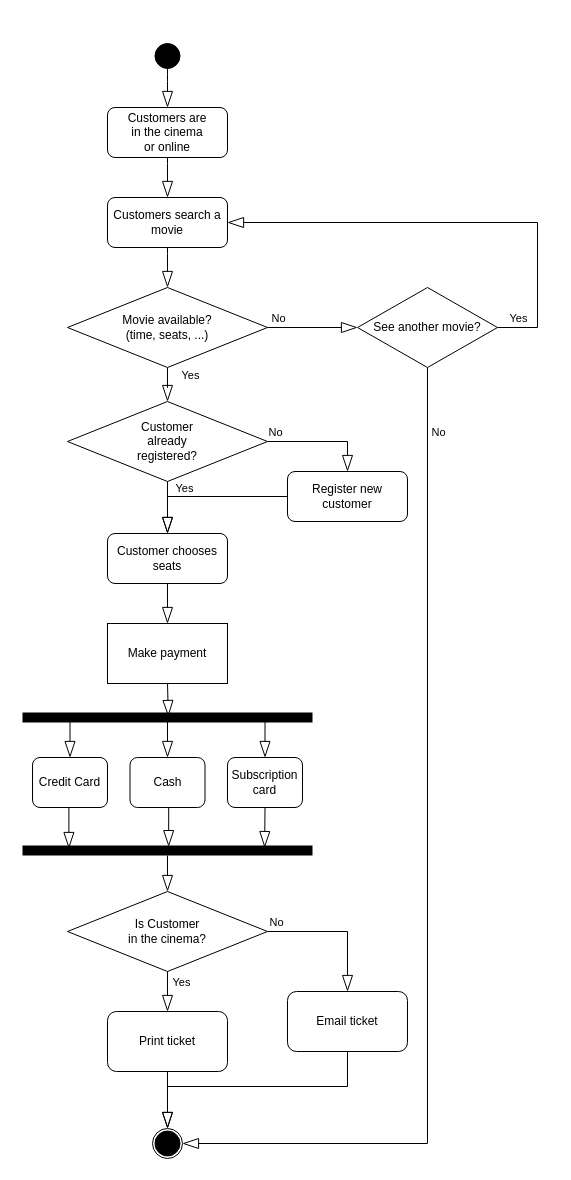
The draw.io diagram Activity Movie Ticket Booking System.drawio in Melydgt/Draw-io-UML-England, before the edit. Source tidied: cells renumbered, new cells numbered last; positions are measured from the earlier drawing's top-left corner, leaving out a move shared by most shapes. Both pictures are drawn from the tidied source at 100%, with x=0, y=0 at pixel (22, 43).
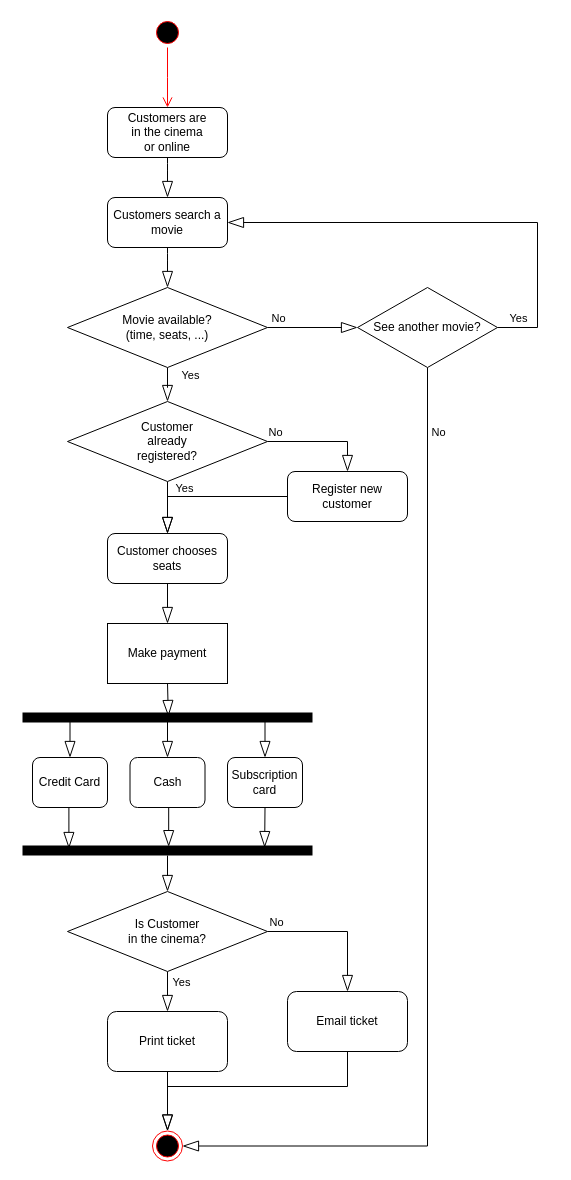
The same diagram, later.

Commit message:
Mettre à jour Activity Movie Ticket Booking System.drawio

Unchanged cells that the change refers to:
```xml
<mxCell id="5" value="Customers are &lt;br&gt;in the cinema&lt;br&gt;or online" style="rounded=1;whiteSpace=wrap;html=1;fontSize=12;glass=0;strokeWidth=1;shadow=0;hachureGap=4;fillColor=none;" parent="1" vertex="1">
  <mxGeometry x="85" y="64" width="120" height="50" as="geometry" />
</mxCell>
<mxCell id="22" value="See another movie?" style="rhombus;whiteSpace=wrap;html=1;hachureGap=4;" parent="1" vertex="1">
  <mxGeometry x="335" y="244" width="140" height="80" as="geometry" />
</mxCell>
<mxCell id="49" value="Print ticket" style="rounded=1;whiteSpace=wrap;html=1;hachureGap=4;strokeWidth=1;fillColor=default;" parent="1" vertex="1">
  <mxGeometry x="85" y="968" width="120" height="60" as="geometry" />
</mxCell>
<mxCell id="51" value="Email ticket" style="rounded=1;whiteSpace=wrap;html=1;hachureGap=4;strokeWidth=1;fillColor=default;" parent="1" vertex="1">
  <mxGeometry x="265" y="948" width="120" height="60" as="geometry" />
</mxCell>
```

Diff of the diagram source:
```diff
@@
-    <mxCell id="2" style="edgeStyle=none;curved=1;rounded=0;jettySize=auto;html=1;endArrow=blockThin;startSize=14;endSize=14;sourcePerimeterSpacing=0;targetPerimeterSpacing=0;endFill=0;" parent="1" edge="1" source="3" target="5">
-      <mxGeometry relative="1" as="geometry" />
-    </mxCell>
-    <mxCell id="3" style="ellipse;whiteSpace=wrap;html=1;hachureGap=4;fillColor=#000000;" parent="1" vertex="1">
-      <mxGeometry x="132.5" width="25" height="25" as="geometry" />
-    </mxCell>
@@
-    <mxCell id="20" style="edgeStyle=orthogonalEdgeStyle;rounded=0;jettySize=auto;html=1;endArrow=blockThin;endFill=0;startSize=14;endSize=14;sourcePerimeterSpacing=0;targetPerimeterSpacing=0;exitX=0.5;exitY=1;exitDx=0;exitDy=0;entryX=1;entryY=0.5;entryDx=0;entryDy=0;" parent="1" edge="1" source="22" target="28">
+    <mxCell id="20" style="edgeStyle=orthogonalEdgeStyle;rounded=0;jettySize=auto;html=1;endArrow=blockThin;endFill=0;startSize=14;endSize=14;sourcePerimeterSpacing=0;targetPerimeterSpacing=0;exitX=0.5;exitY=1;exitDx=0;exitDy=0;entryX=1;entryY=0.5;entryDx=0;entryDy=0;" parent="1" edge="1" source="22" target="52">
       <mxGeometry relative="1" as="geometry">
         <Array as="points">
-          <mxPoint x="405" y="1100" />
+          <mxPoint x="405" y="1103" />
         </Array>
       </mxGeometry>
     </mxCell>
@@
-    <mxCell id="23" style="ellipse;whiteSpace=wrap;html=1;hachureGap=4;fillColor=#000000;" parent="1" vertex="1">
-      <mxGeometry x="132.5" y="1087.5" width="25" height="25" as="geometry" />
-    </mxCell>
@@
-    <mxCell id="28" style="ellipse;whiteSpace=wrap;html=1;hachureGap=4;fillColor=none;" parent="1" vertex="1">
-      <mxGeometry x="130" y="1085" width="30" height="30" as="geometry" />
-    </mxCell>
@@
-    <mxCell id="48" style="edgeStyle=orthogonalEdgeStyle;rounded=0;jettySize=auto;html=1;exitX=0.5;exitY=1;exitDx=0;exitDy=0;entryX=0.5;entryY=0;entryDx=0;entryDy=0;endArrow=blockThin;endFill=0;startSize=14;endSize=14;sourcePerimeterSpacing=0;targetPerimeterSpacing=0;" parent="1" edge="1" source="49" target="28">
+    <mxCell id="48" style="edgeStyle=orthogonalEdgeStyle;rounded=0;jettySize=auto;html=1;exitX=0.5;exitY=1;exitDx=0;exitDy=0;entryX=0.5;entryY=0;entryDx=0;entryDy=0;endArrow=blockThin;endFill=0;startSize=14;endSize=14;sourcePerimeterSpacing=0;targetPerimeterSpacing=0;" parent="1" edge="1" source="49" target="52">
       <mxGeometry relative="1" as="geometry" />
     </mxCell>
@@
-    <mxCell id="50" style="edgeStyle=orthogonalEdgeStyle;rounded=0;jettySize=auto;html=1;exitX=0.5;exitY=1;exitDx=0;exitDy=0;endArrow=blockThin;endFill=0;startSize=14;endSize=14;sourcePerimeterSpacing=0;targetPerimeterSpacing=0;entryX=0.5;entryY=0;entryDx=0;entryDy=0;" parent="1" edge="1" source="51" target="28">
+    <mxCell id="50" style="edgeStyle=orthogonalEdgeStyle;rounded=0;jettySize=auto;html=1;exitX=0.5;exitY=1;exitDx=0;exitDy=0;endArrow=blockThin;endFill=0;startSize=14;endSize=14;sourcePerimeterSpacing=0;targetPerimeterSpacing=0;entryX=0.5;entryY=0;entryDx=0;entryDy=0;" parent="1" edge="1" source="51" target="52">
       <mxGeometry relative="1" as="geometry">
         <Array as="points">
           <mxPoint x="325" y="1043" />
           <mxPoint x="145" y="1043" />
         </Array>
       </mxGeometry>
     </mxCell>
@@
+    <mxCell id="52" style="ellipse;html=1;shape=endState;fillColor=#000000;strokeColor=#ff0000;" parent="1" vertex="1">
+      <mxGeometry x="130" y="1087.5" width="30" height="30" as="geometry" />
+    </mxCell>
+    <mxCell id="53" style="ellipse;html=1;shape=startState;fillColor=#000000;strokeColor=#ff0000;" parent="1" vertex="1">
+      <mxGeometry x="130" y="-26" width="30" height="30" as="geometry" />
+    </mxCell>
+    <mxCell id="54" style="edgeStyle=orthogonalEdgeStyle;html=1;verticalAlign=bottom;endArrow=open;endSize=8;strokeColor=#ff0000;rounded=0;" parent="1" edge="1" source="53">
+      <mxGeometry relative="1" as="geometry">
+        <mxPoint x="145" y="64" as="targetPoint" />
+      </mxGeometry>
+    </mxCell>
```
